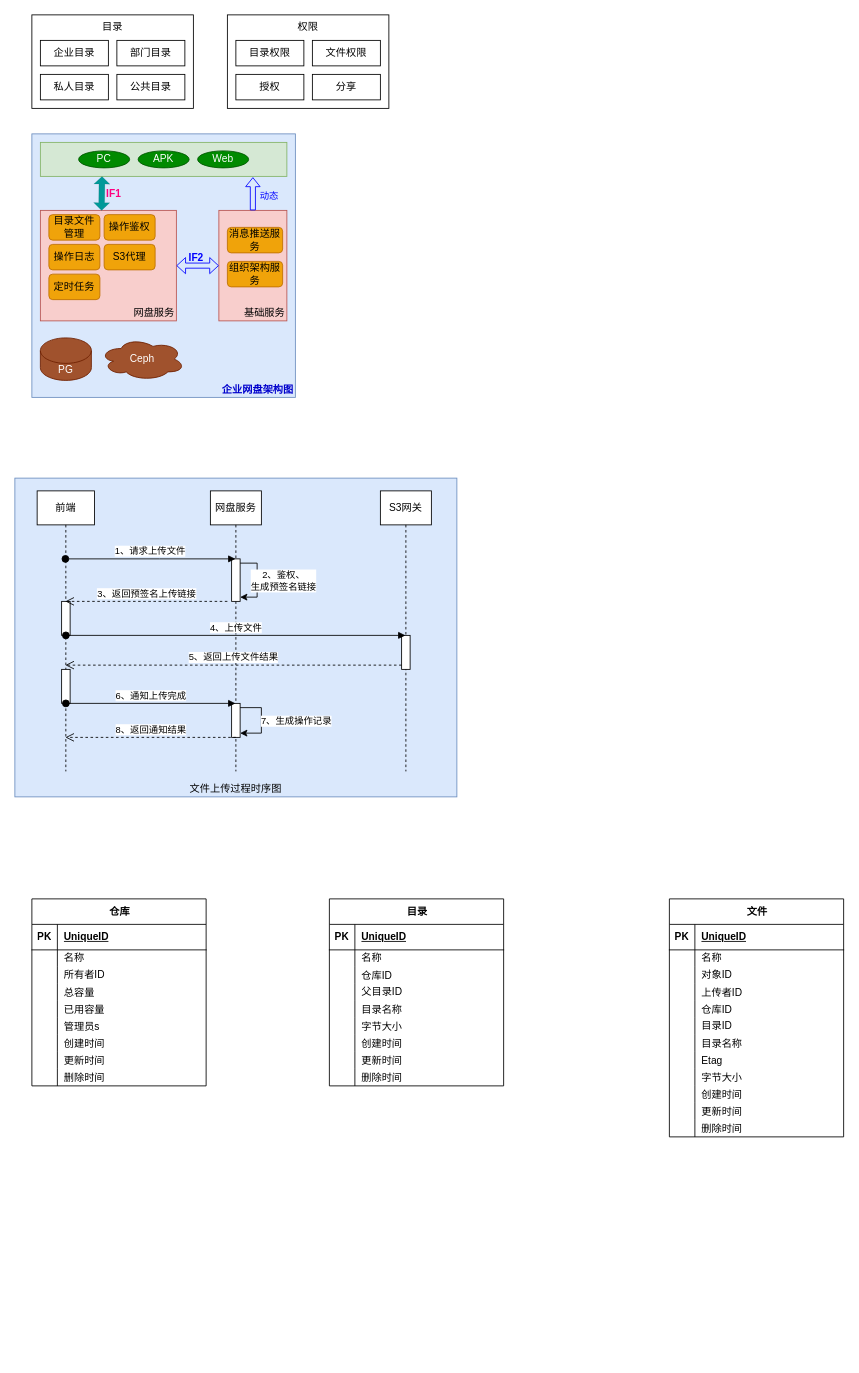
zebra-min/my-design keeps this draw.io diagram as page "企业网盘" (4 of 4) of StreamOA架构设计.drawio. Above is the earlier version. Source tidied: cells renumbered, new cells numbered last; positions are measured from the earlier drawing's top-left corner, leaving out a move shared by most shapes. Both pictures are drawn from the tidied source at 85%, with x=0, y=0 at pixel (14, 14).
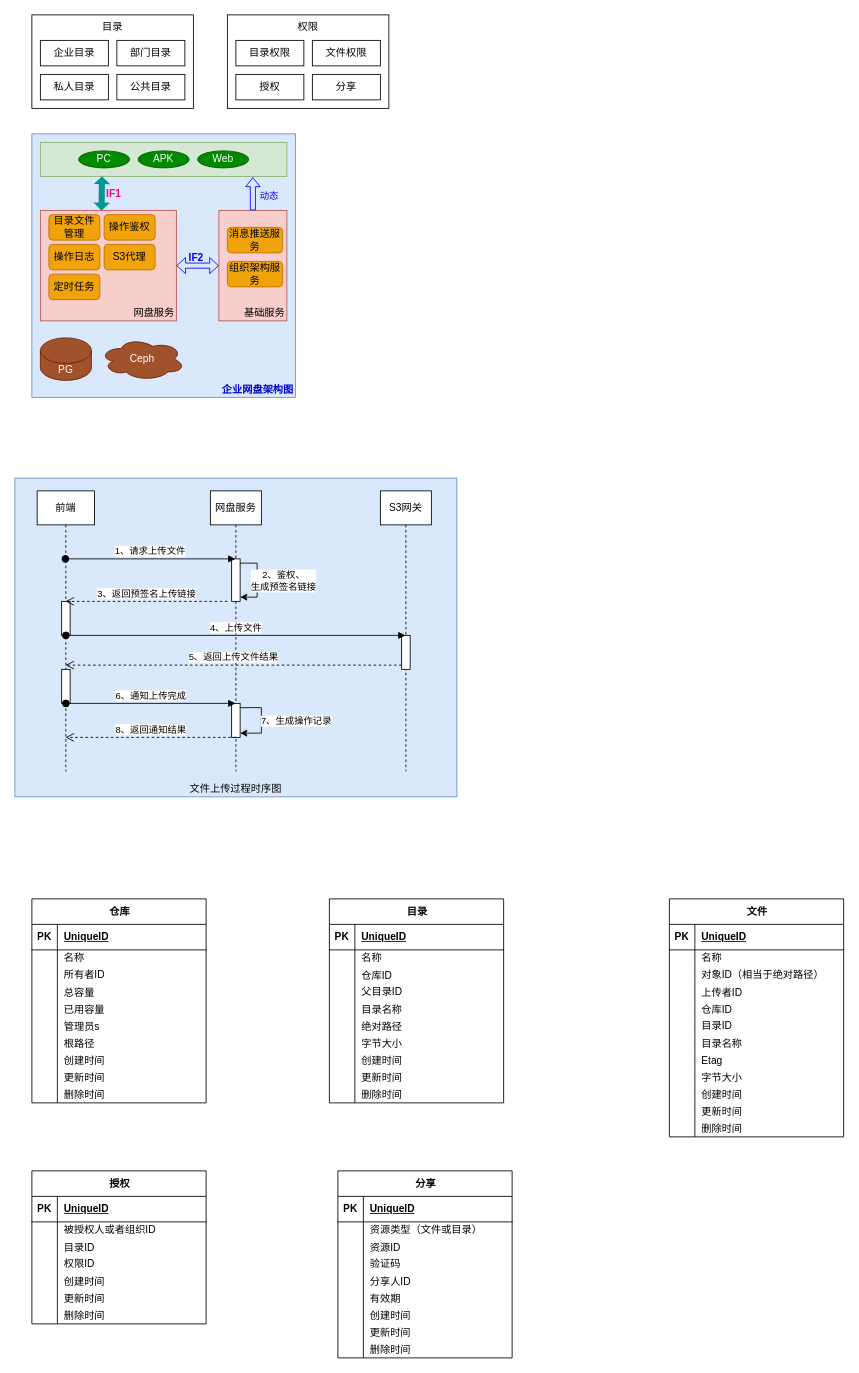
The same diagram, later.

Commit message (it also covers changes not shown here):
更新StreamOA架构设计.drawio

The change refers to these unchanged cells:
```xml
<mxCell id="88" style="shape=tableRow;horizontal=0;startSize=0;swimlaneHead=0;swimlaneBody=0;fillColor=none;top=0;left=0;right=0;bottom=0;" parent="81" vertex="1">
  <mxGeometry y="80" width="205" height="20" as="geometry" />
</mxCell>
```

What changed in the source:
```diff
@@
     <mxCell id="53" value="仓库" style="shape=table;startSize=30;childLayout=tableLayout;rowLines=0;fontStyle=1;align=center;html=1;" parent="1" vertex="1">
-      <mxGeometry x="20" y="1040" width="205" height="220" as="geometry" />
+      <mxGeometry x="20" y="1040" width="205" height="240" as="geometry" />
     </mxCell>
@@
+    <mxCell id="146" style="shape=tableRow;horizontal=0;startSize=0;swimlaneHead=0;swimlaneBody=0;fillColor=none;top=0;left=0;right=0;bottom=0;" parent="53" vertex="1">
+      <mxGeometry y="160" width="205" height="20" as="geometry" />
+    </mxCell>
+    <mxCell id="147" style="shape=partialRectangle;fillColor=none;top=0;left=0;bottom=0;right=0;overflow=hidden;" parent="146" vertex="1">
+      <mxGeometry width="30" height="20" as="geometry" />
+    </mxCell>
+    <mxCell id="148" value="根路径" style="shape=partialRectangle;fillColor=none;top=0;left=0;bottom=0;right=0;align=left;spacingLeft=6;overflow=hidden;" parent="146" vertex="1">
+      <mxGeometry x="30" width="175" height="20" as="geometry" />
+    </mxCell>
     <mxCell id="72" style="shape=tableRow;horizontal=0;startSize=0;swimlaneHead=0;swimlaneBody=0;fillColor=none;top=0;left=0;right=0;bottom=0;" parent="53" vertex="1">
-      <mxGeometry y="160" width="205" height="20" as="geometry" />
+      <mxGeometry y="180" width="205" height="20" as="geometry" />
     </mxCell>
@@
     <mxCell id="75" style="shape=tableRow;horizontal=0;startSize=0;swimlaneHead=0;swimlaneBody=0;fillColor=none;top=0;left=0;right=0;bottom=0;" parent="53" vertex="1">
-      <mxGeometry y="180" width="205" height="20" as="geometry" />
+      <mxGeometry y="200" width="205" height="20" as="geometry" />
     </mxCell>
@@
     <mxCell id="78" style="shape=tableRow;horizontal=0;startSize=0;swimlaneHead=0;swimlaneBody=0;fillColor=none;top=0;left=0;right=0;bottom=0;" parent="53" vertex="1">
-      <mxGeometry y="200" width="205" height="20" as="geometry" />
+      <mxGeometry y="220" width="205" height="20" as="geometry" />
     </mxCell>
@@
-    <mxCell id="90" value="对象ID" style="shape=partialRectangle;fillColor=none;top=0;left=0;bottom=0;right=0;align=left;spacingLeft=6;overflow=hidden;whiteSpace=wrap;html=1;" parent="88" vertex="1">
+    <mxCell id="90" value="对象ID（相当于绝对路径）" style="shape=partialRectangle;fillColor=none;top=0;left=0;bottom=0;right=0;align=left;spacingLeft=6;overflow=hidden;whiteSpace=wrap;html=1;" parent="88" vertex="1">
       <mxGeometry x="30" width="175" height="20" as="geometry" />
     </mxCell>
@@
     <mxCell id="118" value="目录" style="shape=table;startSize=30;childLayout=tableLayout;rowLines=0;fontStyle=1;align=center;html=1;" parent="1" vertex="1">
-      <mxGeometry x="370" y="1040" width="205" height="220" as="geometry" />
+      <mxGeometry x="370" y="1040" width="205" height="240" as="geometry" />
     </mxCell>
@@
+    <mxCell id="149" style="shape=tableRow;horizontal=0;startSize=0;swimlaneHead=0;swimlaneBody=0;fillColor=none;top=0;left=0;right=0;bottom=0;" parent="118" vertex="1">
+      <mxGeometry y="140" width="205" height="20" as="geometry" />
+    </mxCell>
+    <mxCell id="150" style="shape=partialRectangle;fillColor=none;top=0;left=0;bottom=0;right=0;overflow=hidden;" parent="149" vertex="1">
+      <mxGeometry width="30" height="20" as="geometry" />
+    </mxCell>
+    <mxCell id="151" value="绝对路径" style="shape=partialRectangle;fillColor=none;top=0;left=0;bottom=0;right=0;align=left;spacingLeft=6;overflow=hidden;" parent="149" vertex="1">
+      <mxGeometry x="30" width="175" height="20" as="geometry" />
+    </mxCell>
     <mxCell id="134" style="shape=tableRow;horizontal=0;startSize=0;swimlaneHead=0;swimlaneBody=0;fillColor=none;top=0;left=0;right=0;bottom=0;" parent="118" vertex="1">
-      <mxGeometry y="140" width="205" height="20" as="geometry" />
+      <mxGeometry y="160" width="205" height="20" as="geometry" />
     </mxCell>
@@
     <mxCell id="137" style="shape=tableRow;horizontal=0;startSize=0;swimlaneHead=0;swimlaneBody=0;fillColor=none;top=0;left=0;right=0;bottom=0;" parent="118" vertex="1">
-      <mxGeometry y="160" width="205" height="20" as="geometry" />
+      <mxGeometry y="180" width="205" height="20" as="geometry" />
     </mxCell>
@@
     <mxCell id="140" style="shape=tableRow;horizontal=0;startSize=0;swimlaneHead=0;swimlaneBody=0;fillColor=none;top=0;left=0;right=0;bottom=0;" parent="118" vertex="1">
-      <mxGeometry y="180" width="205" height="20" as="geometry" />
+      <mxGeometry y="200" width="205" height="20" as="geometry" />
     </mxCell>
@@
     <mxCell id="143" style="shape=tableRow;horizontal=0;startSize=0;swimlaneHead=0;swimlaneBody=0;fillColor=none;top=0;left=0;right=0;bottom=0;" parent="118" vertex="1">
-      <mxGeometry y="200" width="205" height="20" as="geometry" />
+      <mxGeometry y="220" width="205" height="20" as="geometry" />
     </mxCell>
@@
+    <mxCell id="152" value="授权" style="shape=table;startSize=30;childLayout=tableLayout;rowLines=0;fontStyle=1;align=center;html=1;" parent="1" vertex="1">
+      <mxGeometry x="20" y="1360" width="205" height="180" as="geometry" />
+    </mxCell>
+    <mxCell id="153" style="shape=tableRow;horizontal=0;startSize=0;swimlaneHead=0;swimlaneBody=0;fillColor=none;top=0;left=0;right=0;bottom=1;" parent="152" vertex="1">
+      <mxGeometry y="30" width="205" height="30" as="geometry" />
+    </mxCell>
+    <mxCell id="154" value="PK" style="shape=partialRectangle;fillColor=none;top=0;left=0;bottom=0;right=0;fontStyle=1;overflow=hidden;whiteSpace=wrap;html=1;" parent="153" vertex="1">
+      <mxGeometry width="30" height="30" as="geometry" />
+    </mxCell>
+    <mxCell id="155" value="UniqueID" style="shape=partialRectangle;fillColor=none;top=0;left=0;bottom=0;right=0;align=left;spacingLeft=6;fontStyle=5;overflow=hidden;whiteSpace=wrap;html=1;" parent="153" vertex="1">
+      <mxGeometry x="30" width="175" height="30" as="geometry" />
+    </mxCell>
+    <mxCell id="156" style="shape=tableRow;horizontal=0;startSize=0;swimlaneHead=0;swimlaneBody=0;fillColor=none;top=0;left=0;right=0;bottom=0;" parent="152" vertex="1">
+      <mxGeometry y="60" width="205" height="20" as="geometry" />
+    </mxCell>
+    <mxCell id="157" style="shape=partialRectangle;fillColor=none;top=0;left=0;bottom=0;right=0;overflow=hidden;whiteSpace=wrap;html=1;" parent="156" vertex="1">
+      <mxGeometry width="30" height="20" as="geometry" />
+    </mxCell>
+    <mxCell id="158" value="被授权人或者组织ID" style="shape=partialRectangle;fillColor=none;top=0;left=0;bottom=0;right=0;align=left;spacingLeft=6;overflow=hidden;whiteSpace=wrap;html=1;" parent="156" vertex="1">
+      <mxGeometry x="30" width="175" height="20" as="geometry" />
+    </mxCell>
+    <mxCell id="159" style="shape=tableRow;horizontal=0;startSize=0;swimlaneHead=0;swimlaneBody=0;fillColor=none;top=0;left=0;right=0;bottom=0;" parent="152" vertex="1">
+      <mxGeometry y="80" width="205" height="20" as="geometry" />
+    </mxCell>
+    <mxCell id="160" style="shape=partialRectangle;fillColor=none;top=0;left=0;bottom=0;right=0;overflow=hidden;" parent="159" vertex="1">
+      <mxGeometry width="30" height="20" as="geometry" />
+    </mxCell>
+    <mxCell id="161" value="目录ID" style="shape=partialRectangle;fillColor=none;top=0;left=0;bottom=0;right=0;align=left;spacingLeft=6;overflow=hidden;" parent="159" vertex="1">
+      <mxGeometry x="30" width="175" height="20" as="geometry" />
+    </mxCell>
+    <mxCell id="162" style="shape=tableRow;horizontal=0;startSize=0;swimlaneHead=0;swimlaneBody=0;fillColor=none;top=0;left=0;right=0;bottom=0;" parent="152" vertex="1">
+      <mxGeometry y="100" width="205" height="20" as="geometry" />
+    </mxCell>
+    <mxCell id="163" style="shape=partialRectangle;fillColor=none;top=0;left=0;bottom=0;right=0;overflow=hidden;whiteSpace=wrap;html=1;" parent="162" vertex="1">
+      <mxGeometry width="30" height="20" as="geometry" />
+    </mxCell>
+    <mxCell id="164" value="权限ID" style="shape=partialRectangle;fillColor=none;top=0;left=0;bottom=0;right=0;align=left;spacingLeft=6;overflow=hidden;whiteSpace=wrap;html=1;" parent="162" vertex="1">
+      <mxGeometry x="30" width="175" height="20" as="geometry" />
+    </mxCell>
+    <mxCell id="165" style="shape=tableRow;horizontal=0;startSize=0;swimlaneHead=0;swimlaneBody=0;fillColor=none;top=0;left=0;right=0;bottom=0;" parent="152" vertex="1">
+      <mxGeometry y="120" width="205" height="20" as="geometry" />
+    </mxCell>
+    <mxCell id="166" style="shape=partialRectangle;fillColor=none;top=0;left=0;bottom=0;right=0;overflow=hidden;" parent="165" vertex="1">
+      <mxGeometry width="30" height="20" as="geometry" />
+    </mxCell>
+    <mxCell id="167" value="创建时间" style="shape=partialRectangle;fillColor=none;top=0;left=0;bottom=0;right=0;align=left;spacingLeft=6;overflow=hidden;" parent="165" vertex="1">
+      <mxGeometry x="30" width="175" height="20" as="geometry" />
+    </mxCell>
+    <mxCell id="168" style="shape=tableRow;horizontal=0;startSize=0;swimlaneHead=0;swimlaneBody=0;fillColor=none;top=0;left=0;right=0;bottom=0;" parent="152" vertex="1">
+      <mxGeometry y="140" width="205" height="20" as="geometry" />
+    </mxCell>
+    <mxCell id="169" style="shape=partialRectangle;fillColor=none;top=0;left=0;bottom=0;right=0;overflow=hidden;" parent="168" vertex="1">
+      <mxGeometry width="30" height="20" as="geometry" />
+    </mxCell>
+    <mxCell id="170" value="更新时间" style="shape=partialRectangle;fillColor=none;top=0;left=0;bottom=0;right=0;align=left;spacingLeft=6;overflow=hidden;" parent="168" vertex="1">
+      <mxGeometry x="30" width="175" height="20" as="geometry" />
+    </mxCell>
+    <mxCell id="171" style="shape=tableRow;horizontal=0;startSize=0;swimlaneHead=0;swimlaneBody=0;fillColor=none;top=0;left=0;right=0;bottom=0;" parent="152" vertex="1">
+      <mxGeometry y="160" width="205" height="20" as="geometry" />
+    </mxCell>
+    <mxCell id="172" style="shape=partialRectangle;fillColor=none;top=0;left=0;bottom=0;right=0;overflow=hidden;" parent="171" vertex="1">
+      <mxGeometry width="30" height="20" as="geometry" />
+    </mxCell>
+    <mxCell id="173" value="删除时间" style="shape=partialRectangle;fillColor=none;top=0;left=0;bottom=0;right=0;align=left;spacingLeft=6;overflow=hidden;" parent="171" vertex="1">
+      <mxGeometry x="30" width="175" height="20" as="geometry" />
+    </mxCell>
+    <mxCell id="174" value="分享" style="shape=table;startSize=30;childLayout=tableLayout;rowLines=0;fontStyle=1;align=center;html=1;" parent="1" vertex="1">
+      <mxGeometry x="380" y="1360" width="205" height="220" as="geometry" />
+    </mxCell>
+    <mxCell id="175" style="shape=tableRow;horizontal=0;startSize=0;swimlaneHead=0;swimlaneBody=0;fillColor=none;top=0;left=0;right=0;bottom=1;" parent="174" vertex="1">
+      <mxGeometry y="30" width="205" height="30" as="geometry" />
+    </mxCell>
+    <mxCell id="176" value="PK" style="shape=partialRectangle;fillColor=none;top=0;left=0;bottom=0;right=0;fontStyle=1;overflow=hidden;whiteSpace=wrap;html=1;" parent="175" vertex="1">
+      <mxGeometry width="30" height="30" as="geometry" />
+    </mxCell>
+    <mxCell id="177" value="UniqueID" style="shape=partialRectangle;fillColor=none;top=0;left=0;bottom=0;right=0;align=left;spacingLeft=6;fontStyle=5;overflow=hidden;whiteSpace=wrap;html=1;" parent="175" vertex="1">
+      <mxGeometry x="30" width="175" height="30" as="geometry" />
+    </mxCell>
+    <mxCell id="178" style="shape=tableRow;horizontal=0;startSize=0;swimlaneHead=0;swimlaneBody=0;fillColor=none;top=0;left=0;right=0;bottom=0;" parent="174" vertex="1">
+      <mxGeometry y="60" width="205" height="20" as="geometry" />
+    </mxCell>
+    <mxCell id="179" style="shape=partialRectangle;fillColor=none;top=0;left=0;bottom=0;right=0;overflow=hidden;whiteSpace=wrap;html=1;" parent="178" vertex="1">
+      <mxGeometry width="30" height="20" as="geometry" />
+    </mxCell>
+    <mxCell id="180" value="资源类型（文件或目录）" style="shape=partialRectangle;fillColor=none;top=0;left=0;bottom=0;right=0;align=left;spacingLeft=6;overflow=hidden;whiteSpace=wrap;html=1;" parent="178" vertex="1">
+      <mxGeometry x="30" width="175" height="20" as="geometry" />
+    </mxCell>
+    <mxCell id="181" style="shape=tableRow;horizontal=0;startSize=0;swimlaneHead=0;swimlaneBody=0;fillColor=none;top=0;left=0;right=0;bottom=0;" parent="174" vertex="1">
+      <mxGeometry y="80" width="205" height="20" as="geometry" />
+    </mxCell>
+    <mxCell id="182" style="shape=partialRectangle;fillColor=none;top=0;left=0;bottom=0;right=0;overflow=hidden;" parent="181" vertex="1">
+      <mxGeometry width="30" height="20" as="geometry" />
+    </mxCell>
+    <mxCell id="183" value="资源ID" style="shape=partialRectangle;fillColor=none;top=0;left=0;bottom=0;right=0;align=left;spacingLeft=6;overflow=hidden;" parent="181" vertex="1">
+      <mxGeometry x="30" width="175" height="20" as="geometry" />
+    </mxCell>
+    <mxCell id="184" style="shape=tableRow;horizontal=0;startSize=0;swimlaneHead=0;swimlaneBody=0;fillColor=none;top=0;left=0;right=0;bottom=0;" parent="174" vertex="1">
+      <mxGeometry y="100" width="205" height="20" as="geometry" />
+    </mxCell>
+    <mxCell id="185" style="shape=partialRectangle;fillColor=none;top=0;left=0;bottom=0;right=0;overflow=hidden;whiteSpace=wrap;html=1;" parent="184" vertex="1">
+      <mxGeometry width="30" height="20" as="geometry" />
+    </mxCell>
+    <mxCell id="186" value="验证码" style="shape=partialRectangle;fillColor=none;top=0;left=0;bottom=0;right=0;align=left;spacingLeft=6;overflow=hidden;whiteSpace=wrap;html=1;" parent="184" vertex="1">
+      <mxGeometry x="30" width="175" height="20" as="geometry" />
+    </mxCell>
+    <mxCell id="187" style="shape=tableRow;horizontal=0;startSize=0;swimlaneHead=0;swimlaneBody=0;fillColor=none;top=0;left=0;right=0;bottom=0;" parent="174" vertex="1">
+      <mxGeometry y="120" width="205" height="20" as="geometry" />
+    </mxCell>
+    <mxCell id="188" style="shape=partialRectangle;fillColor=none;top=0;left=0;bottom=0;right=0;overflow=hidden;" parent="187" vertex="1">
+      <mxGeometry width="30" height="20" as="geometry" />
+    </mxCell>
+    <mxCell id="189" value="分享人ID" style="shape=partialRectangle;fillColor=none;top=0;left=0;bottom=0;right=0;align=left;spacingLeft=6;overflow=hidden;" parent="187" vertex="1">
+      <mxGeometry x="30" width="175" height="20" as="geometry" />
+    </mxCell>
+    <mxCell id="190" style="shape=tableRow;horizontal=0;startSize=0;swimlaneHead=0;swimlaneBody=0;fillColor=none;top=0;left=0;right=0;bottom=0;" parent="174" vertex="1">
+      <mxGeometry y="140" width="205" height="20" as="geometry" />
+    </mxCell>
+    <mxCell id="191" style="shape=partialRectangle;fillColor=none;top=0;left=0;bottom=0;right=0;overflow=hidden;" parent="190" vertex="1">
+      <mxGeometry width="30" height="20" as="geometry" />
+    </mxCell>
+    <mxCell id="192" value="有效期" style="shape=partialRectangle;fillColor=none;top=0;left=0;bottom=0;right=0;align=left;spacingLeft=6;overflow=hidden;" parent="190" vertex="1">
+      <mxGeometry x="30" width="175" height="20" as="geometry" />
+    </mxCell>
+    <mxCell id="193" style="shape=tableRow;horizontal=0;startSize=0;swimlaneHead=0;swimlaneBody=0;fillColor=none;top=0;left=0;right=0;bottom=0;" parent="174" vertex="1">
+      <mxGeometry y="160" width="205" height="20" as="geometry" />
+    </mxCell>
+    <mxCell id="194" style="shape=partialRectangle;fillColor=none;top=0;left=0;bottom=0;right=0;overflow=hidden;" parent="193" vertex="1">
+      <mxGeometry width="30" height="20" as="geometry" />
+    </mxCell>
+    <mxCell id="195" value="创建时间" style="shape=partialRectangle;fillColor=none;top=0;left=0;bottom=0;right=0;align=left;spacingLeft=6;overflow=hidden;" parent="193" vertex="1">
+      <mxGeometry x="30" width="175" height="20" as="geometry" />
+    </mxCell>
+    <mxCell id="196" style="shape=tableRow;horizontal=0;startSize=0;swimlaneHead=0;swimlaneBody=0;fillColor=none;top=0;left=0;right=0;bottom=0;" parent="174" vertex="1">
+      <mxGeometry y="180" width="205" height="20" as="geometry" />
+    </mxCell>
+    <mxCell id="197" style="shape=partialRectangle;fillColor=none;top=0;left=0;bottom=0;right=0;overflow=hidden;" parent="196" vertex="1">
+      <mxGeometry width="30" height="20" as="geometry" />
+    </mxCell>
+    <mxCell id="198" value="更新时间" style="shape=partialRectangle;fillColor=none;top=0;left=0;bottom=0;right=0;align=left;spacingLeft=6;overflow=hidden;" parent="196" vertex="1">
+      <mxGeometry x="30" width="175" height="20" as="geometry" />
+    </mxCell>
+    <mxCell id="199" style="shape=tableRow;horizontal=0;startSize=0;swimlaneHead=0;swimlaneBody=0;fillColor=none;top=0;left=0;right=0;bottom=0;" parent="174" vertex="1">
+      <mxGeometry y="200" width="205" height="20" as="geometry" />
+    </mxCell>
+    <mxCell id="200" style="shape=partialRectangle;fillColor=none;top=0;left=0;bottom=0;right=0;overflow=hidden;" parent="199" vertex="1">
+      <mxGeometry width="30" height="20" as="geometry" />
+    </mxCell>
+    <mxCell id="201" value="删除时间" style="shape=partialRectangle;fillColor=none;top=0;left=0;bottom=0;right=0;align=left;spacingLeft=6;overflow=hidden;" parent="199" vertex="1">
+      <mxGeometry x="30" width="175" height="20" as="geometry" />
+    </mxCell>
```
